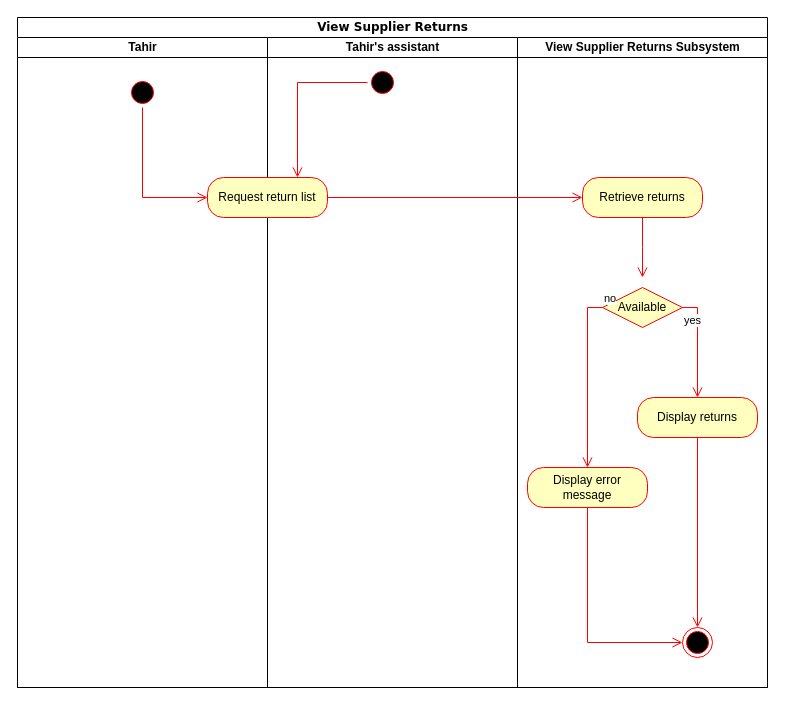
The draw.io diagram View supplier returns Activity Diagram.drawio in Simamkele88/IFM3_GP, before the edit. Source tidied: cells renumbered, new cells numbered last; positions are measured from the earlier drawing's top-left corner, leaving out a move shared by most shapes. Both pictures are drawn from the tidied source at 100%, with x=0, y=0 at pixel (17, 17).
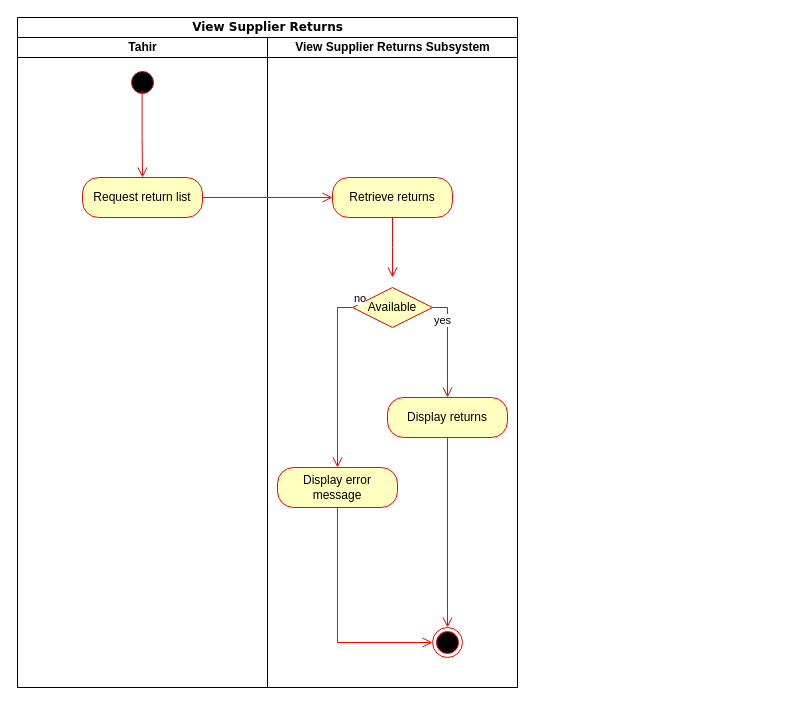
After the change.

Unchanged cells that the change refers to:
```xml
<mxCell id="3" value="Tahir" style="swimlane;html=1;startSize=20;" parent="2" vertex="1">
  <mxGeometry y="20" width="250" height="650" as="geometry" />
</mxCell>
```

Change to the diagram source:
```diff
@@
     <mxCell id="2" value="View Supplier Returns" style="swimlane;html=1;startSize=20;rounded=0;shadow=0;comic=0;labelBackgroundColor=none;strokeWidth=1;fontFamily=Verdana;fontSize=12;align=center;" parent="1" vertex="1">
-      <mxGeometry width="750" height="670" as="geometry" />
+      <mxGeometry width="500" height="670" as="geometry" />
     </mxCell>
@@
-    <mxCell id="4" style="ellipse;html=1;shape=startState;fillColor=#000000;strokeColor=#ff0000;" parent="3" vertex="1">
-      <mxGeometry x="110" y="40" width="30" height="30" as="geometry" />
-    </mxCell>
-    <mxCell id="5" value="Tahir's assistant" style="swimlane;html=1;startSize=20;" parent="2" vertex="1">
-      <mxGeometry x="250" y="20" width="250" height="650" as="geometry" />
-    </mxCell>
-    <mxCell id="6" value="Request return list" style="rounded=1;whiteSpace=wrap;html=1;arcSize=40;fontColor=#000000;fillColor=#ffffc0;strokeColor=#ff0000;" parent="5" vertex="1">
-      <mxGeometry x="-60" y="140" width="120" height="40" as="geometry" />
+    <mxCell id="6" value="Request return list" style="rounded=1;whiteSpace=wrap;html=1;arcSize=40;fontColor=#000000;fillColor=#ffffc0;strokeColor=#ff0000;" parent="3" vertex="1">
+      <mxGeometry x="65" y="140" width="120" height="40" as="geometry" />
     </mxCell>
-    <mxCell id="7" style="ellipse;html=1;shape=startState;fillColor=#000000;strokeColor=#ff0000;" parent="5" vertex="1">
-      <mxGeometry x="100" y="30" width="30" height="30" as="geometry" />
-    </mxCell>
-    <mxCell id="8" style="edgeStyle=orthogonalEdgeStyle;html=1;verticalAlign=bottom;endArrow=open;endSize=8;strokeColor=#ff0000;rounded=0;entryX=0.75;entryY=0;entryDx=0;entryDy=0;" parent="5" edge="1" source="7" target="6">
-      <mxGeometry relative="1" as="geometry" />
-    </mxCell>
+    <mxCell id="22" style="ellipse;html=1;shape=startState;fillColor=#000000;strokeColor=#ff0000;" parent="3" vertex="1">
+      <mxGeometry x="110" y="30" width="30" height="30" as="geometry" />
+    </mxCell>
+    <mxCell id="23" style="edgeStyle=orthogonalEdgeStyle;html=1;verticalAlign=bottom;endArrow=open;endSize=8;strokeColor=#ff0000;rounded=0;entryX=0.5;entryY=0;entryDx=0;entryDy=0;exitX=0.487;exitY=0.774;exitDx=0;exitDy=0;exitPerimeter=0;" parent="3" edge="1" source="22" target="6">
+      <mxGeometry relative="1" as="geometry" />
+    </mxCell>
     <mxCell id="9" value="View Supplier Returns Subsystem" style="swimlane;html=1;startSize=20;" parent="2" vertex="1">
-      <mxGeometry x="500" y="20" width="250" height="650" as="geometry" />
+      <mxGeometry x="250" y="20" width="250" height="650" as="geometry" />
     </mxCell>
@@
-    <mxCell id="21" style="edgeStyle=orthogonalEdgeStyle;html=1;verticalAlign=bottom;endArrow=open;endSize=8;strokeColor=#ff0000;rounded=0;exitX=0.5;exitY=1;exitDx=0;exitDy=0;entryX=0;entryY=0.5;entryDx=0;entryDy=0;" parent="2" edge="1" source="4" target="6">
-      <mxGeometry relative="1" as="geometry" />
-    </mxCell>
```
